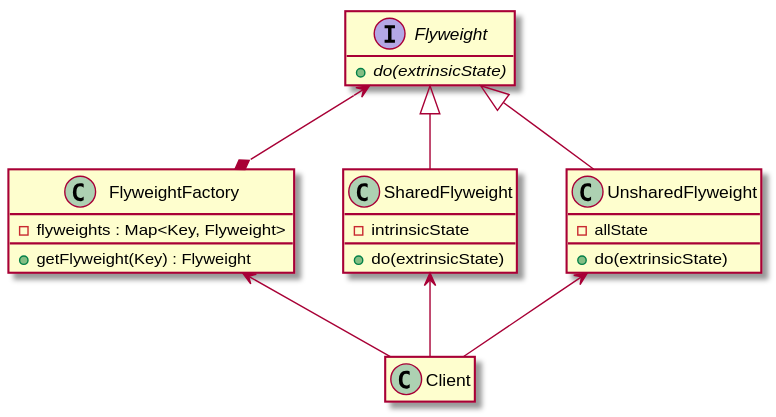
Before: programming/patterns/Flyweight/Class.svg, a diagram exported from PlantUML (pvc1989/miniWiki). Source of this version:
```plantuml
@startuml
Flyweight <--* FlyweightFactory
Flyweight <|-- SharedFlyweight
Flyweight <|-- UnsharedFlyweight
FlyweightFactory <-- Client
SharedFlyweight <-- Client
UnsharedFlyweight <-- Client

interface Flyweight {
  {abstract} +do(extrinsicState)
}
class SharedFlyweight {
  -intrinsicState
  +do(extrinsicState)
}
class UnsharedFlyweight {
  -allState
  +do(extrinsicState)
}
class FlyweightFactory {
  -flyweights : Map<Key, Flyweight>
  +getFlyweight(Key) : Flyweight
}

hide empty attributes
hide empty methods
@enduml
```
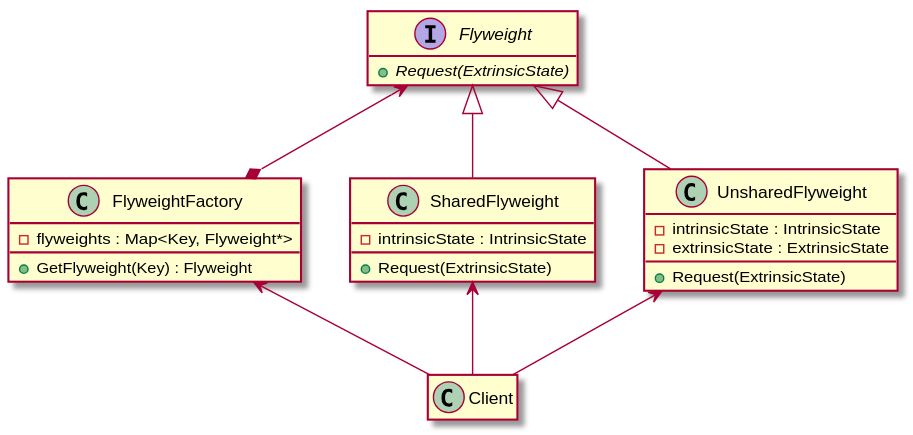
After the commit.

Commit message:
Update diagram and description for Flyweight.

The edit, as a diff of the source:
```diff
@@ -7,19 +7,20 @@
 UnsharedFlyweight <-- Client
 
 interface Flyweight {
-  {abstract} +do(extrinsicState)
+  {abstract} +Request(ExtrinsicState)
 }
 class SharedFlyweight {
-  -intrinsicState
-  +do(extrinsicState)
+  -intrinsicState : IntrinsicState
+  +Request(ExtrinsicState)
 }
 class UnsharedFlyweight {
-  -allState
-  +do(extrinsicState)
+  -intrinsicState : IntrinsicState
+  -extrinsicState : ExtrinsicState
+  +Request(ExtrinsicState)
 }
 class FlyweightFactory {
-  -flyweights : Map<Key, Flyweight>
-  +getFlyweight(Key) : Flyweight
+  -flyweights : Map<Key, Flyweight*>
+  +GetFlyweight(Key) : Flyweight
 }
 
 hide empty attributes
```
